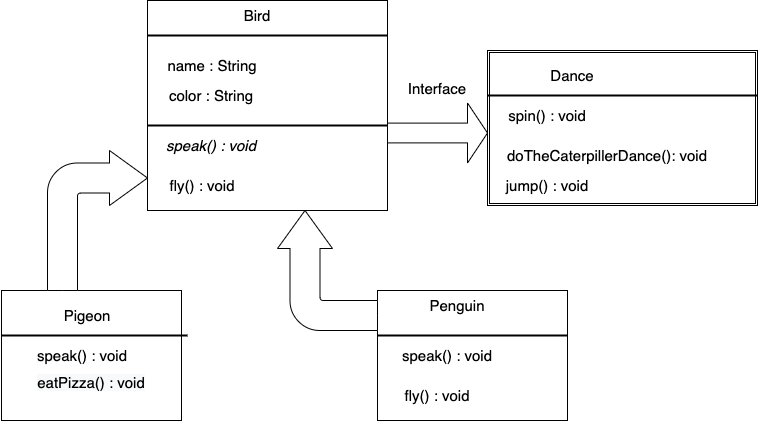
Above: src/ClassDiagram/interface.png in Gurpreet1490/introduction-to-oop-project (draw.io), before the change. Source tidied: cells renumbered, new cells last; positions are measured from the earlier drawing's top-left corner, leaving out a move shared by most shapes.
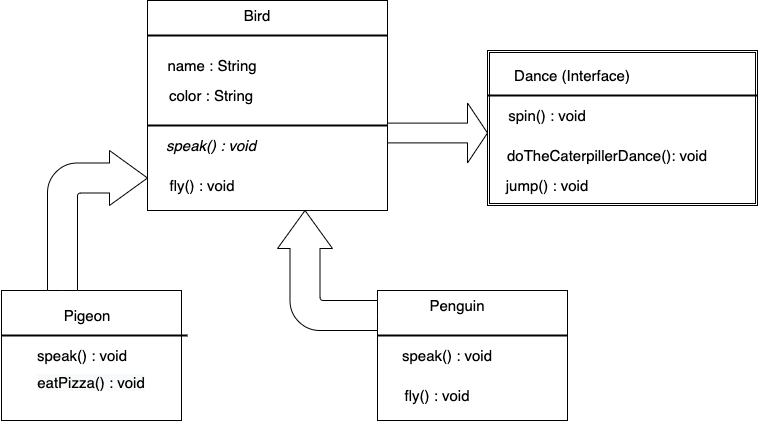
Later version of the same file.

Diff of the diagram source:
```diff
@@ -56,7 +56,7 @@
     <mxCell id="19" style="shape=ext;double=1;rounded=0;whiteSpace=wrap;html=1;fontSize=15;" parent="1" vertex="1">
       <mxGeometry x="486" y="50" width="270" height="155" as="geometry" />
     </mxCell>
-    <mxCell id="20" value="Dance" style="text;html=1;strokeColor=none;fillColor=none;align=center;verticalAlign=middle;whiteSpace=wrap;rounded=0;fontSize=15;" parent="1" vertex="1">
+    <mxCell id="20" value="Dance (Interface)" style="text;html=1;strokeColor=none;fillColor=none;align=center;verticalAlign=middle;whiteSpace=wrap;rounded=0;fontSize=15;" parent="1" vertex="1">
       <mxGeometry x="486" y="60" width="170" height="30" as="geometry" />
     </mxCell>
     <mxCell id="21" value="spin() : void" style="text;html=1;strokeColor=none;fillColor=none;align=center;verticalAlign=middle;whiteSpace=wrap;rounded=0;fontSize=15;" parent="1" vertex="1">
@@ -80,8 +80,5 @@
     <mxCell id="27" style="html=1;shadow=0;dashed=0;align=center;verticalAlign=middle;shape=mxgraph.arrows2.arrow;dy=0.67;dx=20;notch=0;fontSize=15;" parent="1" vertex="1">
       <mxGeometry x="386" y="102.5" width="100" height="60" as="geometry" />
     </mxCell>
-    <mxCell id="28" value="Interface" style="text;html=1;strokeColor=none;fillColor=none;align=center;verticalAlign=middle;whiteSpace=wrap;rounded=0;fontSize=15;" parent="1" vertex="1">
-      <mxGeometry x="406" y="72.5" width="60" height="30" as="geometry" />
-    </mxCell>
   </root>
 </mxGraphModel>
```
